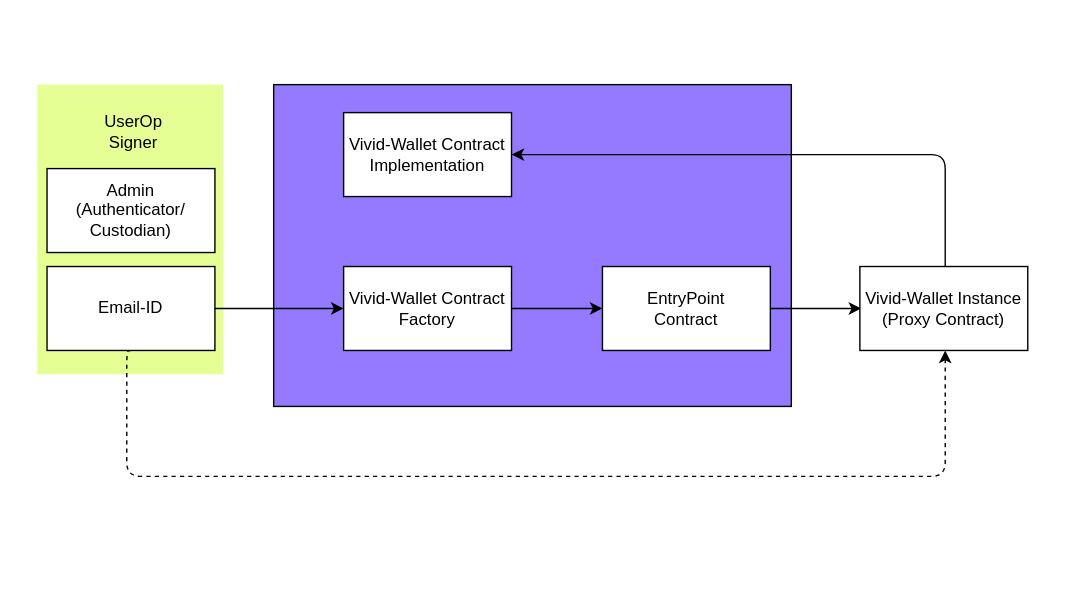
Above: documents/email-wallet-mapping.drawio.svg in videocoin/vivid-wallet-erc4337 (draw.io), before the change. Source tidied: cells renumbered, new cells last; positions are measured from the earlier drawing's top-left corner, leaving out a move shared by most shapes.
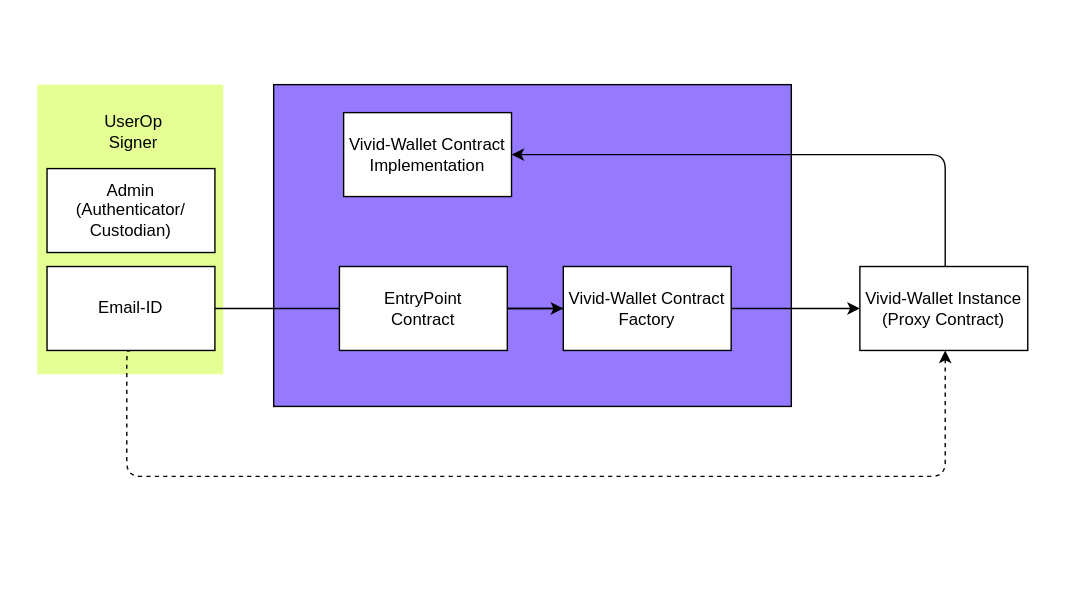
After the change.

Commit message:
sample code for mapping email to wallet

Diff of the diagram source:
```diff
@@ -27,17 +27,12 @@
     <mxCell id="7" style="edgeStyle=none;html=1;exitX=1;exitY=0.5;exitDx=0;exitDy=0;entryX=0;entryY=0.5;entryDx=0;entryDy=0;" parent="1" edge="1" source="8" target="10">
       <mxGeometry relative="1" as="geometry" />
     </mxCell>
+    <mxCell id="17" style="edgeStyle=none;html=1;" parent="1" edge="1" source="8" target="13">
+      <mxGeometry relative="1" as="geometry" />
+    </mxCell>
     <mxCell id="8" value="Vivid-Wallet Contract Factory" style="whiteSpace=wrap;html=1;" parent="1" vertex="1">
-      <mxGeometry x="245" y="190" width="120" height="60" as="geometry" />
+      <mxGeometry x="402" y="190" width="120" height="60" as="geometry" />
     </mxCell>
-    <mxCell id="9" style="edgeStyle=orthogonalEdgeStyle;html=1;exitX=1;exitY=0.5;exitDx=0;exitDy=0;entryX=0;entryY=0.5;entryDx=0;entryDy=0;" parent="1" edge="1" source="10">
-      <mxGeometry relative="1" as="geometry">
-        <mxPoint x="615" y="220" as="targetPoint" />
-      </mxGeometry>
-    </mxCell>
-    <mxCell id="10" value="EntryPoint&lt;br&gt;Contract" style="whiteSpace=wrap;html=1;" parent="1" vertex="1">
-      <mxGeometry x="430" y="190" width="120" height="60" as="geometry" />
-    </mxCell>
     <mxCell id="11" value="Vivid-Wallet Contract&lt;br&gt;Implementation" style="whiteSpace=wrap;html=1;" parent="1" vertex="1">
       <mxGeometry x="245" y="80" width="120" height="60" as="geometry" />
     </mxCell>
@@ -52,7 +47,7 @@
     <mxCell id="13" value="Vivid-Wallet Instance&lt;br&gt;(Proxy Contract)" style="whiteSpace=wrap;html=1;" parent="1" vertex="1">
       <mxGeometry x="614" y="190" width="120" height="60" as="geometry" />
     </mxCell>
-    <mxCell id="14" style="edgeStyle=none;html=1;exitX=1;exitY=0.5;exitDx=0;exitDy=0;" parent="1" edge="1" source="5" target="8">
+    <mxCell id="14" style="edgeStyle=none;html=1;exitX=1;exitY=0.5;exitDx=0;exitDy=0;startArrow=none;" parent="1" edge="1" source="10" target="8">
       <mxGeometry relative="1" as="geometry" />
     </mxCell>
     <mxCell id="15" value="Admin&lt;br&gt;(Authenticator/&lt;br&gt;Custodian)" style="whiteSpace=wrap;html=1;" parent="1" vertex="1">
@@ -61,5 +56,11 @@
     <mxCell id="16" value="UserOp&lt;br&gt;Signer" style="text;strokeColor=none;align=center;fillColor=none;html=1;verticalAlign=middle;whiteSpace=wrap;rounded=0;" parent="1" vertex="1">
       <mxGeometry x="50" y="70" width="90" height="47" as="geometry" />
     </mxCell>
+    <mxCell id="18" style="edgeStyle=none;html=1;exitX=1;exitY=0.5;exitDx=0;exitDy=0;endArrow=none;" parent="1" edge="1" source="5" target="10">
+      <mxGeometry relative="1" as="geometry" />
+    </mxCell>
+    <mxCell id="10" value="EntryPoint&lt;br&gt;Contract" style="whiteSpace=wrap;html=1;" parent="1" vertex="1">
+      <mxGeometry x="242" y="190" width="120" height="60" as="geometry" />
+    </mxCell>
   </root>
 </mxGraphModel>
```
